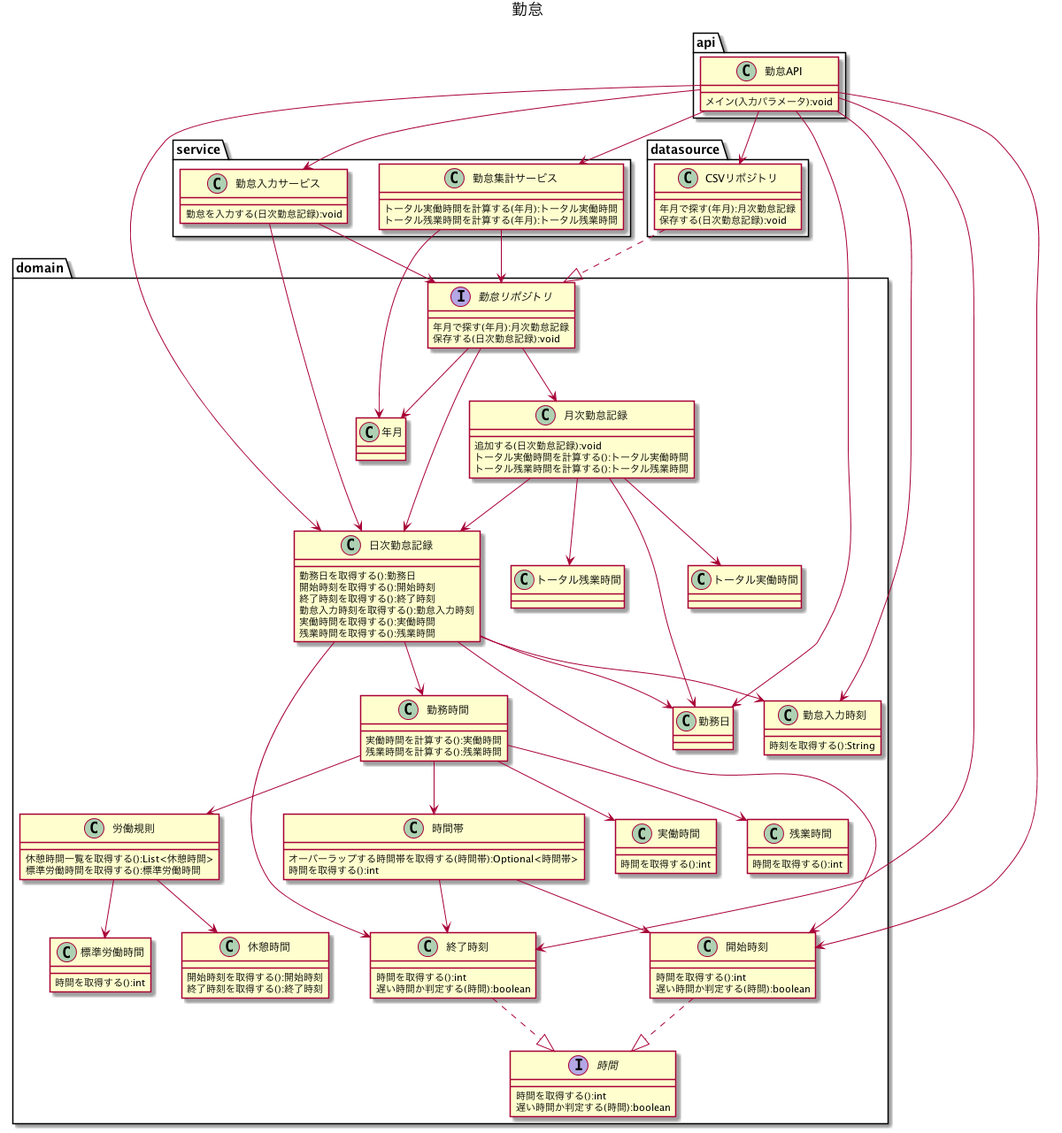
Before: doc/kintai-class-diagram.png, a diagram exported from PlantUML (biglobe-isp/kintai).
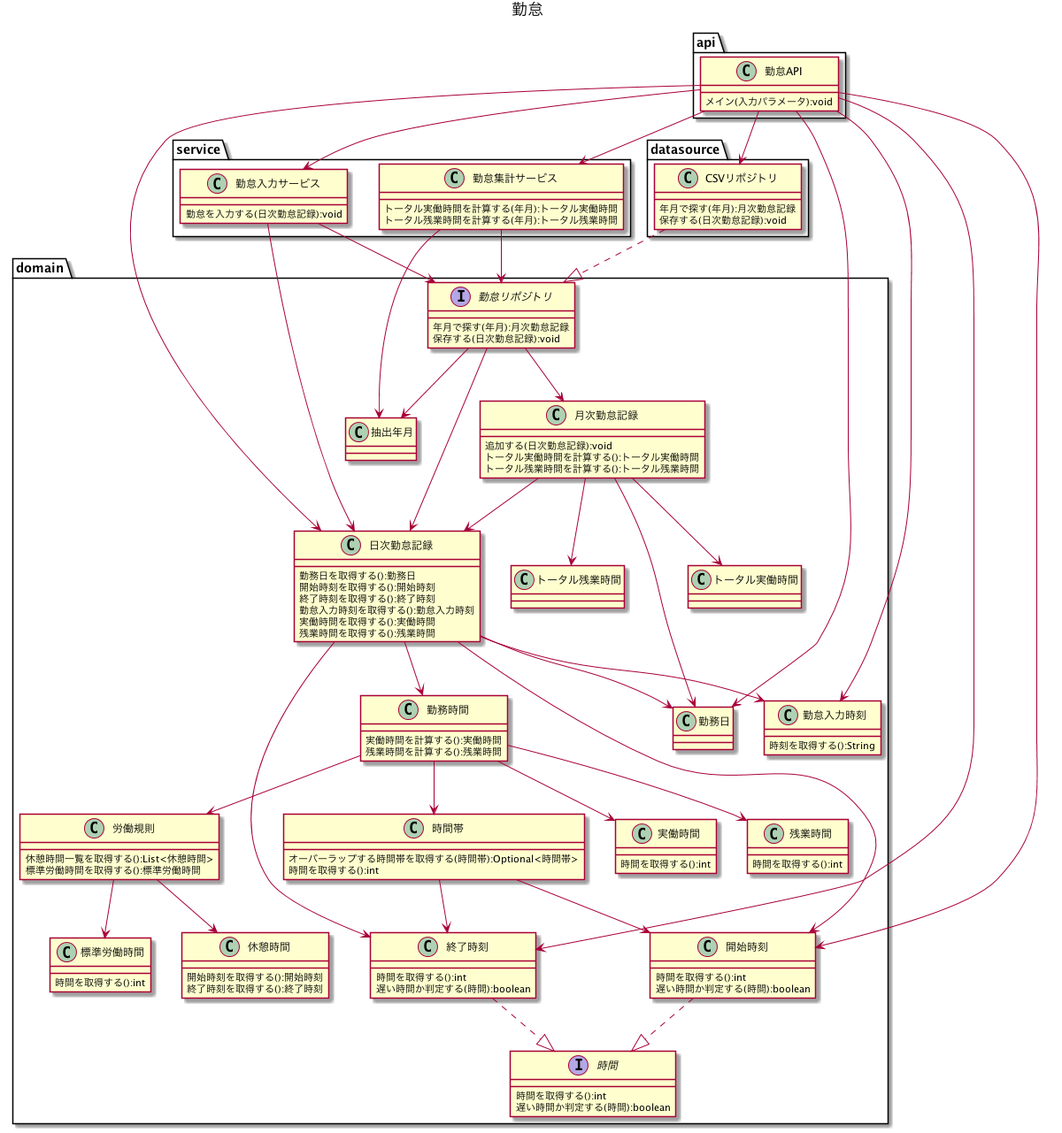
After the change.

Diff of the diagram source:
```diff
@@ -33,7 +33,7 @@
         時間を取得する():int
         遅い時間か判定する(時間):boolean
     }
-    class 年月
+    class 抽出年月
     class 日次勤怠記録 {
         勤務日を取得する():勤務日
         開始時刻を取得する():開始時刻
@@ -103,9 +103,9 @@
 勤怠入力サービス --> 勤怠リポジトリ
 勤怠入力サービス --> 日次勤怠記録
 勤怠集計サービス --> 勤怠リポジトリ
-勤怠集計サービス --> 年月
+勤怠集計サービス --> 抽出年月
 
-勤怠リポジトリ --> 年月
+勤怠リポジトリ --> 抽出年月
 勤怠リポジトリ --> 日次勤怠記録
 勤怠リポジトリ --> 月次勤怠記録
 日次勤怠記録 --> 勤務日
```
